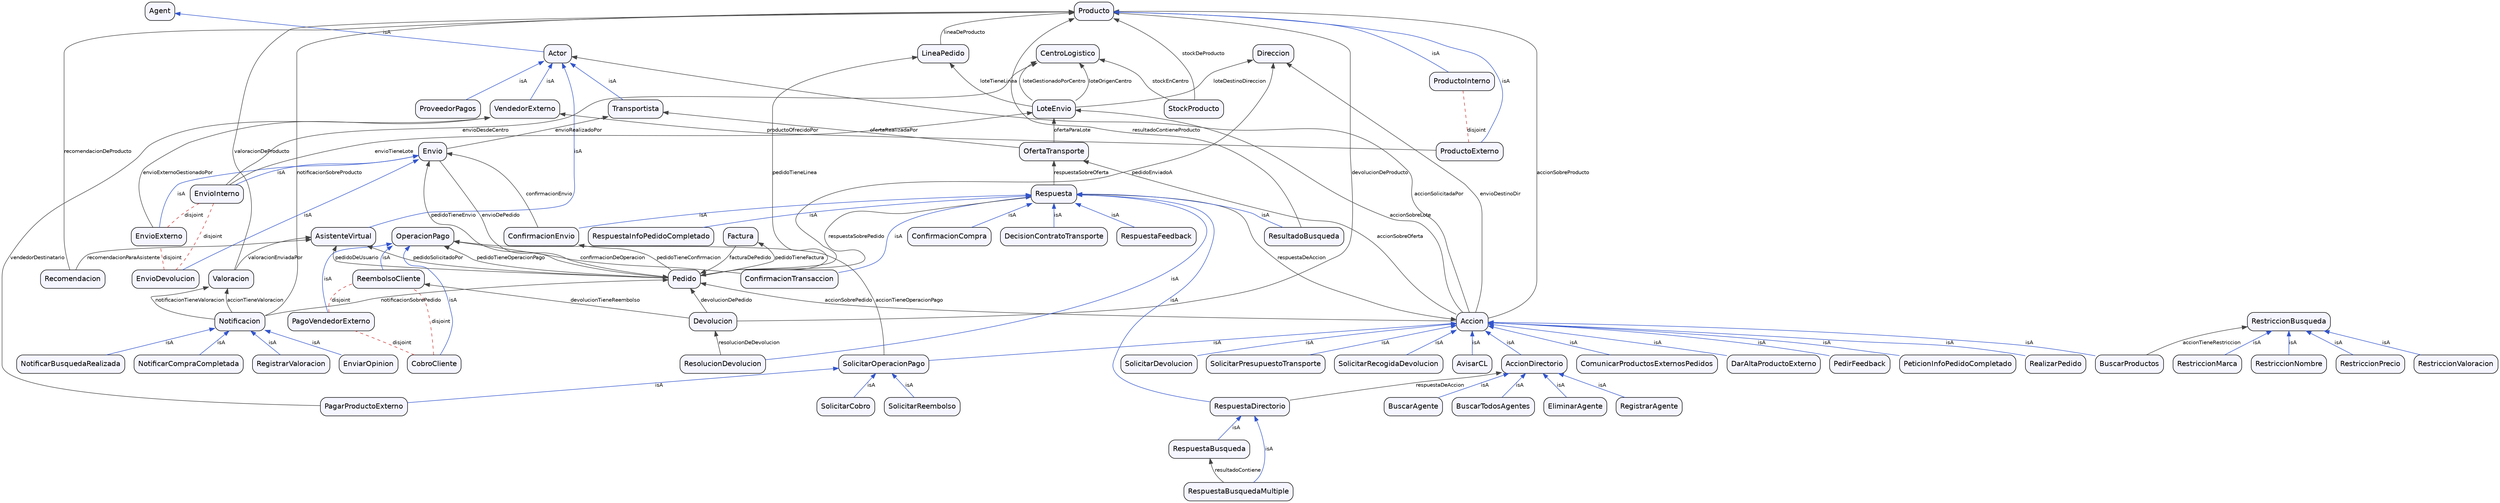
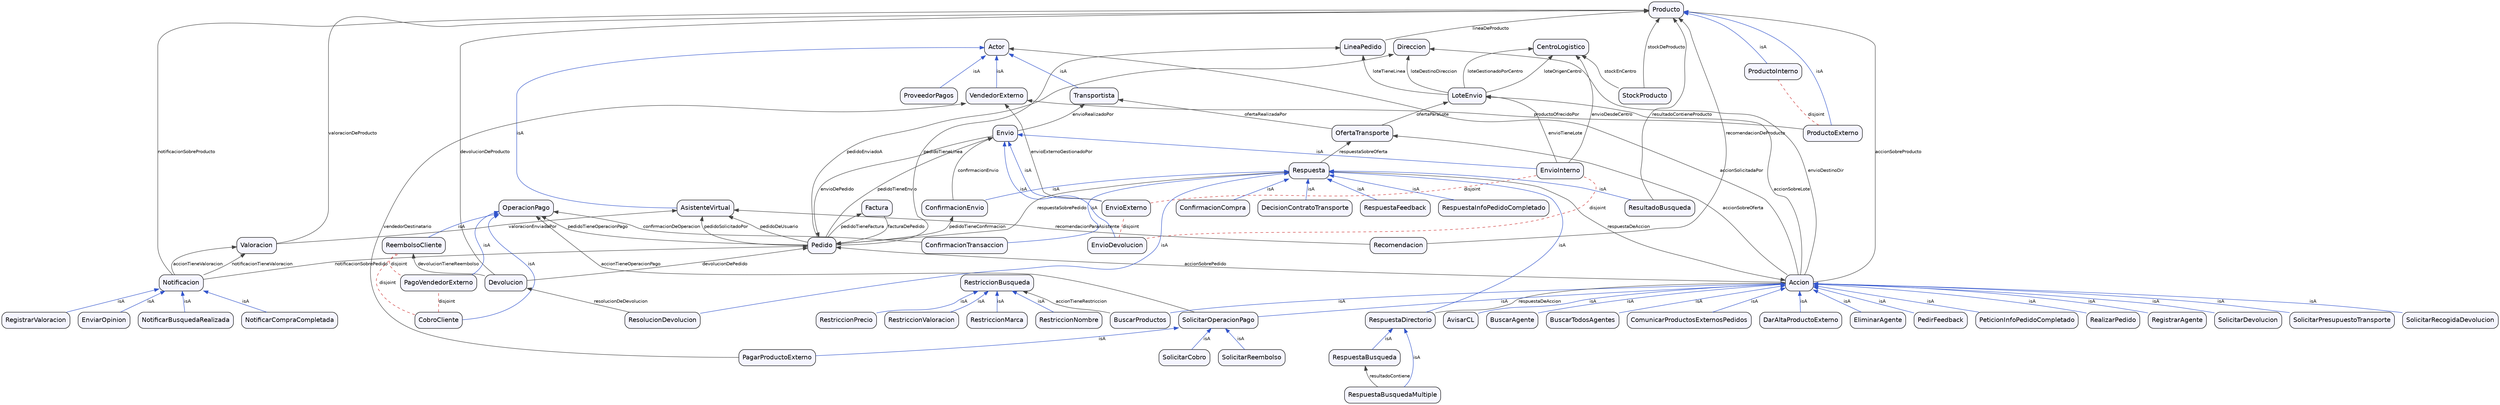
digraph ECSDI {
    rankdir=BT;
    node [shape=box, style="rounded,filled", fillcolor="#f5f5ff", fontname="Helvetica"];
    edge [fontsize=10, fontname="Helvetica"];
    "Accion";
-     "AccionDirectorio";
    "Actor";
-     "Agent";
    "AsistenteVirtual";
    "AvisarCL";
    "BuscarAgente";
    "BuscarProductos";
    "BuscarTodosAgentes";
    "CentroLogistico";
    "CobroCliente";
    "ComunicarProductosExternosPedidos";
    "ConfirmacionCompra";
    "ConfirmacionEnvio";
    "ConfirmacionTransaccion";
    "DarAltaProductoExterno";
    "DecisionContratoTransporte";
    "Devolucion";
    "Direccion";
    "EliminarAgente";
    "EnviarOpinion";
    "Envio";
    "EnvioDevolucion";
    "EnvioExterno";
    "EnvioInterno";
    "Factura";
    "LineaPedido";
    "LoteEnvio";
    "Notificacion";
    "NotificarBusquedaRealizada";
    "NotificarCompraCompletada";
    "OfertaTransporte";
    "OperacionPago";
    "PagarProductoExterno";
    "PagoVendedorExterno";
    "Pedido";
    "PedirFeedback";
    "PeticionInfoPedidoCompletado";
    "Producto";
    "ProductoExterno";
    "ProductoInterno";
    "ProveedorPagos";
    "RealizarPedido";
    "Recomendacion";
    "ReembolsoCliente";
    "RegistrarAgente";
    "RegistrarValoracion";
    "ResolucionDevolucion";
    "Respuesta";
    "RespuestaBusqueda";
    "RespuestaBusquedaMultiple";
    "RespuestaDirectorio";
    "RespuestaFeedback";
    "RespuestaInfoPedidoCompletado";
    "RestriccionBusqueda";
    "RestriccionMarca";
    "RestriccionNombre";
    "RestriccionPrecio";
    "RestriccionValoracion";
    "ResultadoBusqueda";
    "SolicitarCobro";
    "SolicitarDevolucion";
    "SolicitarOperacionPago";
    "SolicitarPresupuestoTransporte";
    "SolicitarRecogidaDevolucion";
    "SolicitarReembolso";
    "StockProducto";
    "Transportista";
    "Valoracion";
    "VendedorExterno";
+     "SolicitarPresupuestoTransporte" -> "Accion" [label="isA", color="#3355cc"];
+     "SolicitarReembolso" -> "SolicitarOperacionPago" [label="isA", color="#3355cc"];
+     "VendedorExterno" -> "Actor" [label="isA", color="#3355cc"];
+     "BuscarTodosAgentes" -> "Accion" [label="isA", color="#3355cc"];
+     "BuscarAgente" -> "Accion" [label="isA", color="#3355cc"];
+     "ConfirmacionCompra" -> "Respuesta" [label="isA", color="#3355cc"];
+     "ComunicarProductosExternosPedidos" -> "Accion" [label="isA", color="#3355cc"];
+     "RespuestaInfoPedidoCompletado" -> "Respuesta" [label="isA", color="#3355cc"];
+     "SolicitarDevolucion" -> "Accion" [label="isA", color="#3355cc"];
+     "PagarProductoExterno" -> "SolicitarOperacionPago" [label="isA", color="#3355cc"];
+     "ProductoExterno" -> "Producto" [label="isA", color="#3355cc"];
+     "ConfirmacionTransaccion" -> "Respuesta" [label="isA", color="#3355cc"];
+     "SolicitarOperacionPago" -> "Accion" [label="isA", color="#3355cc"];
+     "SolicitarRecogidaDevolucion" -> "Accion" [label="isA", color="#3355cc"];
+     "BuscarProductos" -> "Accion" [label="isA", color="#3355cc"];
+     "AsistenteVirtual" -> "Actor" [label="isA", color="#3355cc"];
+     "RespuestaBusqueda" -> "RespuestaDirectorio" [label="isA", color="#3355cc"];
+     "RestriccionPrecio" -> "RestriccionBusqueda" [label="isA", color="#3355cc"];
+     "EnvioInterno" -> "Envio" [label="isA", color="#3355cc"];
+     "ResolucionDevolucion" -> "Respuesta" [label="isA", color="#3355cc"];
+     "RegistrarValoracion" -> "Notificacion" [label="isA", color="#3355cc"];
+     "RealizarPedido" -> "Accion" [label="isA", color="#3355cc"];
+     "ProveedorPagos" -> "Actor" [label="isA", color="#3355cc"];
+     "PedirFeedback" -> "Accion" [label="isA", color="#3355cc"];
+     "ConfirmacionEnvio" -> "Respuesta" [label="isA", color="#3355cc"];
+     "RespuestaDirectorio" -> "Respuesta" [label="isA", color="#3355cc"];
+     "EnvioDevolucion" -> "Envio" [label="isA", color="#3355cc"];
+     "DarAltaProductoExterno" -> "Accion" [label="isA", color="#3355cc"];
+     "RestriccionValoracion" -> "RestriccionBusqueda" [label="isA", color="#3355cc"];
+     "NotificarBusquedaRealizada" -> "Notificacion" [label="isA", color="#3355cc"];
+     "RespuestaBusquedaMultiple" -> "RespuestaDirectorio" [label="isA", color="#3355cc"];
+     "EliminarAgente" -> "Accion" [label="isA", color="#3355cc"];
+     "EnvioExterno" -> "Envio" [label="isA", color="#3355cc"];
+     "ProductoInterno" -> "Producto" [label="isA", color="#3355cc"];
+     "AvisarCL" -> "Accion" [label="isA", color="#3355cc"];
+     "CobroCliente" -> "OperacionPago" [label="isA", color="#3355cc"];
+     "RespuestaFeedback" -> "Respuesta" [label="isA", color="#3355cc"];
+     "SolicitarCobro" -> "SolicitarOperacionPago" [label="isA", color="#3355cc"];
+     "Transportista" -> "Actor" [label="isA", color="#3355cc"];
+     "RegistrarAgente" -> "Accion" [label="isA", color="#3355cc"];
+     "ReembolsoCliente" -> "OperacionPago" [label="isA", color="#3355cc"];
    "EnviarOpinion" -> "Notificacion" [label="isA", color="#3355cc"];
-     "ResolucionDevolucion" -> "Respuesta" [label="isA", color="#3355cc"];
-     "RegistrarAgente" -> "AccionDirectorio" [label="isA", color="#3355cc"];
-     "EnvioInterno" -> "Envio" [label="isA", color="#3355cc"];
-     "PedirFeedback" -> "Accion" [label="isA", color="#3355cc"];
-     "SolicitarOperacionPago" -> "Accion" [label="isA", color="#3355cc"];
-     "RestriccionValoracion" -> "RestriccionBusqueda" [label="isA", color="#3355cc"];
-     "Actor" -> "Agent" [label="isA", color="#3355cc"];
-     "ComunicarProductosExternosPedidos" -> "Accion" [label="isA", color="#3355cc"];
-     "SolicitarCobro" -> "SolicitarOperacionPago" [label="isA", color="#3355cc"];
-     "AvisarCL" -> "Accion" [label="isA", color="#3355cc"];
-     "EnvioExterno" -> "Envio" [label="isA", color="#3355cc"];
+     "RestriccionNombre" -> "RestriccionBusqueda" [label="isA", color="#3355cc"];
+     "RestriccionMarca" -> "RestriccionBusqueda" [label="isA", color="#3355cc"];
+     "NotificarCompraCompletada" -> "Notificacion" [label="isA", color="#3355cc"];
+     "PagoVendedorExterno" -> "OperacionPago" [label="isA", color="#3355cc"];
+     "DecisionContratoTransporte" -> "Respuesta" [label="isA", color="#3355cc"];
+     "PeticionInfoPedidoCompletado" -> "Accion" [label="isA", color="#3355cc"];
    "ResultadoBusqueda" -> "Respuesta" [label="isA", color="#3355cc"];
-     "ConfirmacionEnvio" -> "Respuesta" [label="isA", color="#3355cc"];
-     "RespuestaFeedback" -> "Respuesta" [label="isA", color="#3355cc"];
-     "VendedorExterno" -> "Actor" [label="isA", color="#3355cc"];
-     "BuscarProductos" -> "Accion" [label="isA", color="#3355cc"];
-     "ProductoExterno" -> "Producto" [label="isA", color="#3355cc"];
-     "NotificarCompraCompletada" -> "Notificacion" [label="isA", color="#3355cc"];
-     "SolicitarDevolucion" -> "Accion" [label="isA", color="#3355cc"];
-     "BuscarAgente" -> "AccionDirectorio" [label="isA", color="#3355cc"];
-     "EnvioDevolucion" -> "Envio" [label="isA", color="#3355cc"];
-     "SolicitarReembolso" -> "SolicitarOperacionPago" [label="isA", color="#3355cc"];
-     "EliminarAgente" -> "AccionDirectorio" [label="isA", color="#3355cc"];
-     "DarAltaProductoExterno" -> "Accion" [label="isA", color="#3355cc"];
-     "PagarProductoExterno" -> "SolicitarOperacionPago" [label="isA", color="#3355cc"];
-     "AsistenteVirtual" -> "Actor" [label="isA", color="#3355cc"];
-     "PagoVendedorExterno" -> "OperacionPago" [label="isA", color="#3355cc"];
-     "ProductoInterno" -> "Producto" [label="isA", color="#3355cc"];
-     "RespuestaBusquedaMultiple" -> "RespuestaDirectorio" [label="isA", color="#3355cc"];
-     "RespuestaInfoPedidoCompletado" -> "Respuesta" [label="isA", color="#3355cc"];
-     "Transportista" -> "Actor" [label="isA", color="#3355cc"];
-     "RespuestaDirectorio" -> "Respuesta" [label="isA", color="#3355cc"];
-     "ReembolsoCliente" -> "OperacionPago" [label="isA", color="#3355cc"];
-     "ConfirmacionTransaccion" -> "Respuesta" [label="isA", color="#3355cc"];
-     "NotificarBusquedaRealizada" -> "Notificacion" [label="isA", color="#3355cc"];
-     "SolicitarPresupuestoTransporte" -> "Accion" [label="isA", color="#3355cc"];
-     "RestriccionNombre" -> "RestriccionBusqueda" [label="isA", color="#3355cc"];
-     "BuscarTodosAgentes" -> "AccionDirectorio" [label="isA", color="#3355cc"];
-     "ProveedorPagos" -> "Actor" [label="isA", color="#3355cc"];
-     "CobroCliente" -> "OperacionPago" [label="isA", color="#3355cc"];
-     "RealizarPedido" -> "Accion" [label="isA", color="#3355cc"];
-     "RestriccionPrecio" -> "RestriccionBusqueda" [label="isA", color="#3355cc"];
-     "PeticionInfoPedidoCompletado" -> "Accion" [label="isA", color="#3355cc"];
-     "RespuestaBusqueda" -> "RespuestaDirectorio" [label="isA", color="#3355cc"];
-     "AccionDirectorio" -> "Accion" [label="isA", color="#3355cc"];
-     "RestriccionMarca" -> "RestriccionBusqueda" [label="isA", color="#3355cc"];
-     "RegistrarValoracion" -> "Notificacion" [label="isA", color="#3355cc"];
-     "SolicitarRecogidaDevolucion" -> "Accion" [label="isA", color="#3355cc"];
-     "DecisionContratoTransporte" -> "Respuesta" [label="isA", color="#3355cc"];
-     "ConfirmacionCompra" -> "Respuesta" [label="isA", color="#3355cc"];
    "CobroCliente" -> "ReembolsoCliente" [label="disjoint", style=dashed, color="#cc3333", arrowhead=none];
    "PagoVendedorExterno" -> "ReembolsoCliente" [label="disjoint", style=dashed, color="#cc3333", arrowhead=none];
    "CobroCliente" -> "PagoVendedorExterno" [label="disjoint", style=dashed, color="#cc3333", arrowhead=none];
    "EnvioDevolucion" -> "EnvioExterno" [label="disjoint", style=dashed, color="#cc3333", arrowhead=none];
    "EnvioDevolucion" -> "EnvioInterno" [label="disjoint", style=dashed, color="#cc3333", arrowhead=none];
    "EnvioExterno" -> "EnvioInterno" [label="disjoint", style=dashed, color="#cc3333", arrowhead=none];
    "ProductoExterno" -> "ProductoInterno" [label="disjoint", style=dashed, color="#cc3333", arrowhead=none];
    "Accion" -> "LoteEnvio" [label="accionSobreLote", color="#444444"];
    "Accion" -> "OfertaTransporte" [label="accionSobreOferta", color="#444444"];
    "Accion" -> "Pedido" [label="accionSobrePedido", color="#444444"];
    "Accion" -> "Producto" [label="accionSobreProducto", color="#444444"];
    "Accion" -> "Actor" [label="accionSolicitadaPor", color="#444444"];
    "SolicitarOperacionPago" -> "OperacionPago" [label="accionTieneOperacionPago", color="#444444"];
    "BuscarProductos" -> "RestriccionBusqueda" [label="accionTieneRestriccion", color="#444444"];
    "Notificacion" -> "Valoracion" [label="accionTieneValoracion", color="#444444"];
    "ConfirmacionTransaccion" -> "OperacionPago" [label="confirmacionDeOperacion", color="#444444"];
    "ConfirmacionEnvio" -> "Envio" [label="confirmacionEnvio", color="#444444"];
    "Devolucion" -> "Pedido" [label="devolucionDePedido", color="#444444"];
    "Devolucion" -> "Producto" [label="devolucionDeProducto", color="#444444"];
    "Devolucion" -> "ReembolsoCliente" [label="devolucionTieneReembolso", color="#444444"];
    "Envio" -> "Pedido" [label="envioDePedido", color="#444444"];
    "EnvioInterno" -> "CentroLogistico" [label="envioDesdeCentro", color="#444444"];
    "Accion" -> "Direccion" [label="envioDestinoDir", color="#444444"];
    "EnvioExterno" -> "VendedorExterno" [label="envioExternoGestionadoPor", color="#444444"];
    "Envio" -> "Transportista" [label="envioRealizadoPor", color="#444444"];
    "EnvioInterno" -> "LoteEnvio" [label="envioTieneLote", color="#444444"];
    "Factura" -> "Pedido" [label="facturaDePedido", color="#444444"];
    "LineaPedido" -> "Producto" [label="lineaDeProducto", color="#444444"];
    "LoteEnvio" -> "Direccion" [label="loteDestinoDireccion", color="#444444"];
    "LoteEnvio" -> "CentroLogistico" [label="loteGestionadoPorCentro", color="#444444"];
    "LoteEnvio" -> "CentroLogistico" [label="loteOrigenCentro", color="#444444"];
    "LoteEnvio" -> "LineaPedido" [label="loteTieneLinea", color="#444444"];
    "Notificacion" -> "Pedido" [label="notificacionSobrePedido", color="#444444"];
    "Notificacion" -> "Producto" [label="notificacionSobreProducto", color="#444444"];
    "Notificacion" -> "Valoracion" [label="notificacionTieneValoracion", color="#444444"];
    "OfertaTransporte" -> "LoteEnvio" [label="ofertaParaLote", color="#444444"];
    "OfertaTransporte" -> "Transportista" [label="ofertaRealizadaPor", color="#444444"];
    "Pedido" -> "AsistenteVirtual" [label="pedidoDeUsuario", color="#444444"];
    "Pedido" -> "Direccion" [label="pedidoEnviadoA", color="#444444"];
    "Pedido" -> "AsistenteVirtual" [label="pedidoSolicitadoPor", color="#444444"];
    "Pedido" -> "ConfirmacionEnvio" [label="pedidoTieneConfirmacion", color="#444444"];
    "Pedido" -> "Envio" [label="pedidoTieneEnvio", color="#444444"];
    "Pedido" -> "Factura" [label="pedidoTieneFactura", color="#444444"];
    "Pedido" -> "LineaPedido" [label="pedidoTieneLinea", color="#444444"];
    "Pedido" -> "OperacionPago" [label="pedidoTieneOperacionPago", color="#444444"];
    "ProductoExterno" -> "VendedorExterno" [label="productoOfrecidoPor", color="#444444"];
    "Recomendacion" -> "Producto" [label="recomendacionDeProducto", color="#444444"];
    "Recomendacion" -> "AsistenteVirtual" [label="recomendacionParaAsistente", color="#444444"];
    "ResolucionDevolucion" -> "Devolucion" [label="resolucionDeDevolucion", color="#444444"];
    "Respuesta" -> "Accion" [label="respuestaDeAccion", color="#444444"];
    "Respuesta" -> "OfertaTransporte" [label="respuestaSobreOferta", color="#444444"];
    "Respuesta" -> "Pedido" [label="respuestaSobrePedido", color="#444444"];
    "ResultadoBusqueda" -> "Producto" [label="resultadoContieneProducto", color="#444444"];
    "StockProducto" -> "Producto" [label="stockDeProducto", color="#444444"];
    "StockProducto" -> "CentroLogistico" [label="stockEnCentro", color="#444444"];
    "Valoracion" -> "Producto" [label="valoracionDeProducto", color="#444444"];
    "Valoracion" -> "AsistenteVirtual" [label="valoracionEnviadaPor", color="#444444"];
    "PagarProductoExterno" -> "VendedorExterno" [label="vendedorDestinatario", color="#444444"];
-     "RespuestaDirectorio" -> "AccionDirectorio" [label="respuestaDeAccion", color="#444444"];
+     "RespuestaDirectorio" -> "Accion" [label="respuestaDeAccion", color="#444444"];
    "RespuestaBusquedaMultiple" -> "RespuestaBusqueda" [label="resultadoContiene", color="#444444"];
}